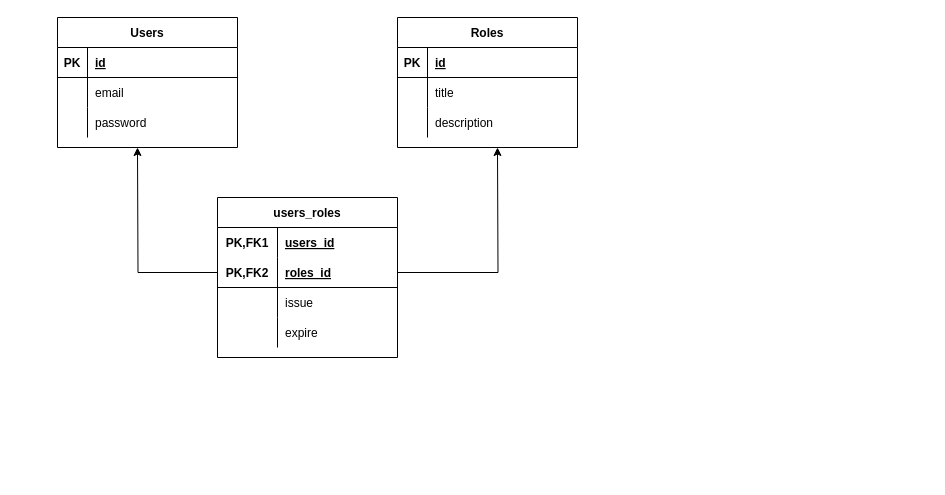
berazo29/randomApiAuth keeps this draw.io diagram as models/schema.drawio. Above is the earlier version. Source tidied: cells renumbered, new cells numbered last; positions are measured from the earlier drawing's top-left corner, leaving out a move shared by most shapes. Both pictures are drawn from the tidied source at 100%, with x=0, y=0 at pixel (57, 17).
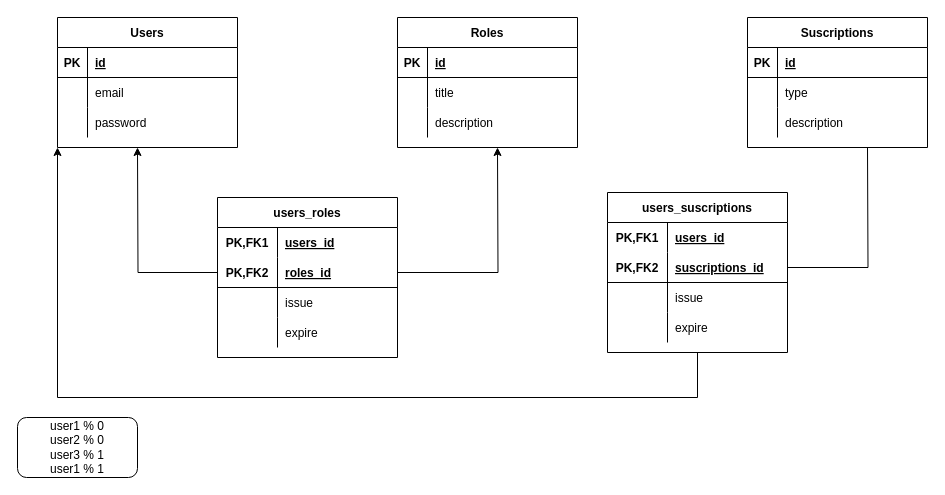
After the change.

Commit message:
Added subscription entity relational diagram

The change refers to these unchanged cells:
```xml
<mxCell id="12" value="Users" style="shape=table;startSize=30;childLayout=tableLayout;rowLines=0;fontStyle=1;align=center;" parent="1" vertex="1">
  <mxGeometry width="180" height="130" as="geometry" />
</mxCell>
```

The edit, as a diff of the source:
```diff
@@
+    <mxCell id="37" value="Suscriptions" style="shape=table;startSize=30;childLayout=tableLayout;rowLines=0;fontStyle=1;align=center;" parent="1" vertex="1">
+      <mxGeometry x="690" width="180" height="130" as="geometry" />
+    </mxCell>
+    <mxCell id="38" style="shape=partialRectangle;fillColor=none;top=0;left=0;bottom=1;right=0;" parent="37" vertex="1">
+      <mxGeometry y="30" width="180" height="30" as="geometry" />
+    </mxCell>
+    <mxCell id="39" value="PK" style="shape=partialRectangle;fillColor=none;top=0;left=0;bottom=0;right=0;fontStyle=1;overflow=hidden;" parent="38" vertex="1">
+      <mxGeometry width="30" height="30" as="geometry" />
+    </mxCell>
+    <mxCell id="40" value="id" style="shape=partialRectangle;fillColor=none;top=0;left=0;bottom=0;right=0;align=left;spacingLeft=6;fontStyle=5;overflow=hidden;" parent="38" vertex="1">
+      <mxGeometry x="30" width="150" height="30" as="geometry" />
+    </mxCell>
+    <mxCell id="41" style="shape=partialRectangle;fillColor=none;top=0;left=0;bottom=0;right=0;" parent="37" vertex="1">
+      <mxGeometry y="60" width="180" height="30" as="geometry" />
+    </mxCell>
+    <mxCell id="42" style="shape=partialRectangle;fillColor=none;top=0;left=0;bottom=0;right=0;overflow=hidden;" parent="41" vertex="1">
+      <mxGeometry width="30" height="30" as="geometry" />
+    </mxCell>
+    <mxCell id="43" value="type" style="shape=partialRectangle;fillColor=none;top=0;left=0;bottom=0;right=0;align=left;spacingLeft=6;overflow=hidden;" parent="41" vertex="1">
+      <mxGeometry x="30" width="150" height="30" as="geometry" />
+    </mxCell>
+    <mxCell id="44" style="shape=partialRectangle;fillColor=none;top=0;left=0;bottom=0;right=0;" parent="37" vertex="1">
+      <mxGeometry y="90" width="180" height="30" as="geometry" />
+    </mxCell>
+    <mxCell id="45" style="shape=partialRectangle;fillColor=none;top=0;left=0;bottom=0;right=0;overflow=hidden;" parent="44" vertex="1">
+      <mxGeometry width="30" height="30" as="geometry" />
+    </mxCell>
+    <mxCell id="46" value="description" style="shape=partialRectangle;fillColor=none;top=0;left=0;bottom=0;right=0;align=left;spacingLeft=6;overflow=hidden;" parent="44" vertex="1">
+      <mxGeometry x="30" width="150" height="30" as="geometry" />
+    </mxCell>
+    <mxCell id="47" style="edgeStyle=elbowEdgeStyle;rounded=0;jettySize=auto;html=1;exitX=0.5;exitY=1;exitDx=0;exitDy=0;entryX=0;entryY=1;entryDx=0;entryDy=0;startArrow=none;startFill=0;endArrow=classic;endFill=1;" parent="1" edge="1" source="48" target="12">
+      <mxGeometry relative="1" as="geometry">
+        <Array as="points">
+          <mxPoint x="480" y="380" />
+          <mxPoint x="30" y="190" />
+          <mxPoint x="210" y="400" />
+        </Array>
+      </mxGeometry>
+    </mxCell>
+    <mxCell id="48" value="users_suscriptions" style="shape=table;startSize=30;childLayout=tableLayout;rowLines=0;fontStyle=1;align=center;" parent="1" vertex="1">
+      <mxGeometry x="550" y="175" width="180" height="160" as="geometry" />
+    </mxCell>
+    <mxCell id="49" style="shape=partialRectangle;fillColor=none;top=0;left=0;bottom=0;right=0;" parent="48" vertex="1">
+      <mxGeometry y="30" width="180" height="30" as="geometry" />
+    </mxCell>
+    <mxCell id="50" value="PK,FK1" style="shape=partialRectangle;fillColor=none;top=0;left=0;bottom=0;right=0;fontStyle=1;overflow=hidden;" parent="49" vertex="1">
+      <mxGeometry width="60" height="30" as="geometry" />
+    </mxCell>
+    <mxCell id="51" value="users_id" style="shape=partialRectangle;fillColor=none;top=0;left=0;bottom=0;right=0;align=left;spacingLeft=6;fontStyle=5;overflow=hidden;" parent="49" vertex="1">
+      <mxGeometry x="60" width="120" height="30" as="geometry" />
+    </mxCell>
+    <mxCell id="52" style="shape=partialRectangle;fillColor=none;top=0;left=0;bottom=1;right=0;points=[[0,0.5],[1,0.5]];portConstraint=eastwest;" parent="48" vertex="1">
+      <mxGeometry y="60" width="180" height="30" as="geometry" />
+    </mxCell>
+    <mxCell id="53" value="PK,FK2" style="shape=partialRectangle;fillColor=none;top=0;left=0;bottom=0;right=0;fontStyle=1;overflow=hidden;" parent="52" vertex="1">
+      <mxGeometry width="60" height="30" as="geometry" />
+    </mxCell>
+    <mxCell id="54" value="suscriptions_id" style="shape=partialRectangle;fillColor=none;top=0;left=0;bottom=0;right=0;align=left;spacingLeft=6;fontStyle=5;overflow=hidden;" parent="52" vertex="1">
+      <mxGeometry x="60" width="120" height="30" as="geometry" />
+    </mxCell>
+    <mxCell id="55" style="shape=partialRectangle;fillColor=none;top=0;left=0;bottom=0;right=0;" parent="48" vertex="1">
+      <mxGeometry y="90" width="180" height="30" as="geometry" />
+    </mxCell>
+    <mxCell id="56" style="shape=partialRectangle;fillColor=none;top=0;left=0;bottom=0;right=0;overflow=hidden;" parent="55" vertex="1">
+      <mxGeometry width="60" height="30" as="geometry" />
+    </mxCell>
+    <mxCell id="57" value="issue" style="shape=partialRectangle;fillColor=none;top=0;left=0;bottom=0;right=0;align=left;spacingLeft=6;overflow=hidden;" parent="55" vertex="1">
+      <mxGeometry x="60" width="120" height="30" as="geometry" />
+    </mxCell>
+    <mxCell id="58" style="shape=partialRectangle;fillColor=none;top=0;left=0;bottom=0;right=0;" parent="48" vertex="1">
+      <mxGeometry y="120" width="180" height="30" as="geometry" />
+    </mxCell>
+    <mxCell id="59" style="shape=partialRectangle;fillColor=none;top=0;left=0;bottom=0;right=0;overflow=hidden;" parent="58" vertex="1">
+      <mxGeometry width="60" height="30" as="geometry" />
+    </mxCell>
+    <mxCell id="60" value="expire" style="shape=partialRectangle;fillColor=none;top=0;left=0;bottom=0;right=0;align=left;spacingLeft=6;overflow=hidden;" parent="58" vertex="1">
+      <mxGeometry x="60" width="120" height="30" as="geometry" />
+    </mxCell>
+    <mxCell id="61" style="edgeStyle=orthogonalEdgeStyle;rounded=0;jettySize=auto;html=1;exitX=1;exitY=0.5;exitDx=0;exitDy=0;endArrow=none;endFill=0;" parent="1" edge="1" source="52">
+      <mxGeometry relative="1" as="geometry">
+        <mxPoint x="810" y="130" as="targetPoint" />
+      </mxGeometry>
+    </mxCell>
+    <mxCell id="62" value="user1 % 0&lt;br&gt;user2 % 0&lt;br&gt;user3 % 1&lt;br&gt;user1 % 1" style="rounded=1;whiteSpace=wrap;html=1;" parent="1" vertex="1">
+      <mxGeometry x="-40" y="400" width="120" height="60" as="geometry" />
+    </mxCell>
```
